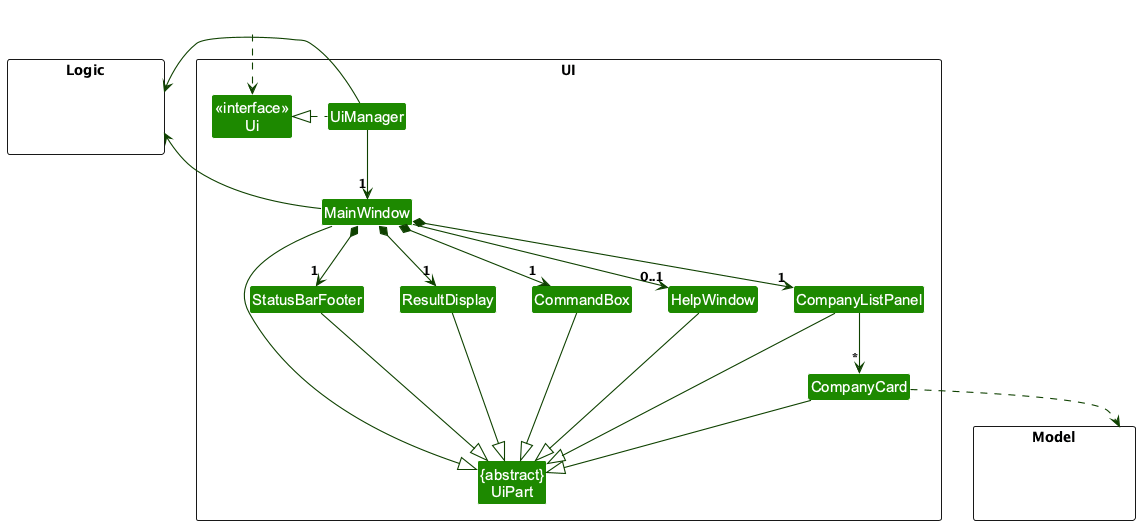
aufasodik/tp keeps this PlantUML diagram as docs/images/UiClassDiagram.png. Above is the earlier version. Source of this version:
```plantuml
@startuml
!include style.puml
skinparam arrowThickness 1.1
skinparam arrowColor UI_COLOR_T4
skinparam classBackgroundColor UI_COLOR

package UI <<Rectangle>>{
Class "<<interface>>\nUi" as Ui
Class "{abstract}\nUiPart" as UiPart
Class UiManager
Class MainWindow
Class HelpWindow
Class ResultDisplay
Class CompanyListPanel
Class CompanyCard
Class StatusBarFooter
Class CommandBox
}

package Model <<Rectangle>> {
Class HiddenModel #FFFFFF
}

package Logic <<Rectangle>> {
Class HiddenLogic #FFFFFF
}

Class HiddenOutside #FFFFFF
HiddenOutside ..> Ui

UiManager .left.|> Ui
UiManager -down-> "1" MainWindow
MainWindow *-down->  "1" CommandBox
MainWindow *-down-> "1" ResultDisplay
MainWindow *-down-> "1" CompanyListPanel
MainWindow *-down-> "1" StatusBarFooter
MainWindow --> "0..1" HelpWindow

CompanyListPanel -down-> "*" CompanyCard

MainWindow -left-|> UiPart

ResultDisplay --|> UiPart
CommandBox --|> UiPart
CompanyListPanel --|> UiPart
CompanyCard --|> UiPart
StatusBarFooter --|> UiPart
HelpWindow --|> UiPart

CompanyCard ..> Model
UiManager -right-> Logic
MainWindow -left-> Logic

CompanyListPanel -[hidden]left- HelpWindow
HelpWindow -[hidden]left- CommandBox
CommandBox -[hidden]left- ResultDisplay
ResultDisplay -[hidden]left- StatusBarFooter

MainWindow -[hidden]-|> UiPart
@enduml
```
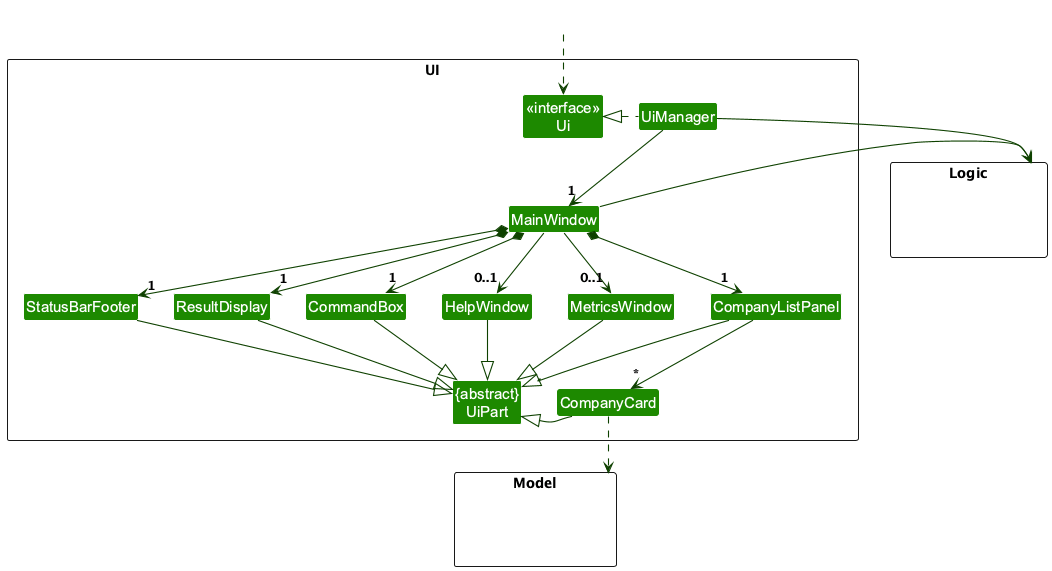
After the change.

Commit message:
Update DG with metric window

Diff of the diagram source:
```diff
@@ -10,6 +10,7 @@
 Class UiManager
 Class MainWindow
 Class HelpWindow
+Class MetricsWindow
 Class ResultDisplay
 Class CompanyListPanel
 Class CompanyCard
@@ -35,10 +36,10 @@
 MainWindow *-down-> "1" CompanyListPanel
 MainWindow *-down-> "1" StatusBarFooter
 MainWindow --> "0..1" HelpWindow
+MainWindow --> "0..1" MetricsWindow
 
 CompanyListPanel -down-> "*" CompanyCard
 
-MainWindow -left-|> UiPart
 
 ResultDisplay --|> UiPart
 CommandBox --|> UiPart
@@ -46,15 +47,17 @@
 CompanyCard --|> UiPart
 StatusBarFooter --|> UiPart
 HelpWindow --|> UiPart
+MetricsWindow --|> UiPart
 
 CompanyCard ..> Model
 UiManager -right-> Logic
-MainWindow -left-> Logic
+MainWindow -right-> Logic
 
 CompanyListPanel -[hidden]left- HelpWindow
 HelpWindow -[hidden]left- CommandBox
 CommandBox -[hidden]left- ResultDisplay
 ResultDisplay -[hidden]left- StatusBarFooter
 
-MainWindow -[hidden]-|> UiPart
+CompanyCard -[hidden]right- UiPart
+
 @enduml
```
